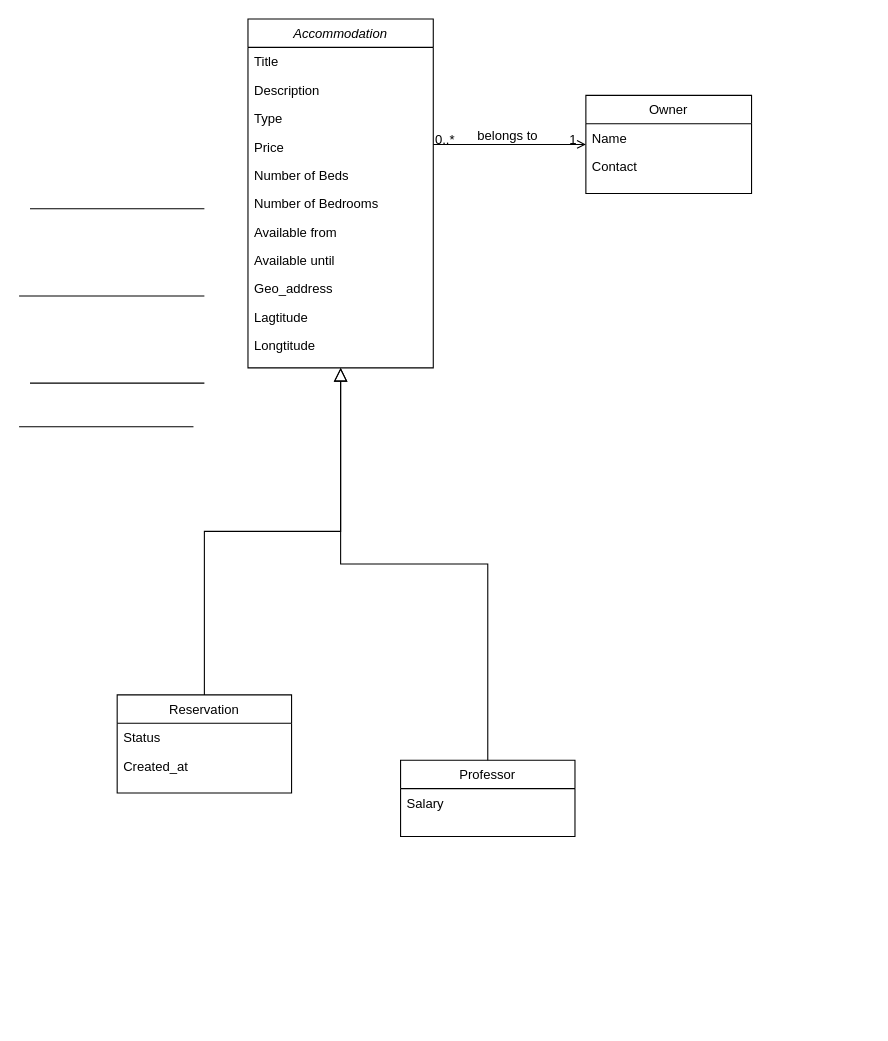
This is unihaven/Untitled Diagram.drawio from weike-cpu/COMP3297-UniHaven, a draw.io file, before an edit. Source tidied: cells renumbered, new cells numbered last; positions are measured from the earlier drawing's top-left corner, leaving out a move shared by most shapes. Both pictures are drawn from the tidied source at 109%, with x=0, y=0 at pixel (19, 19).
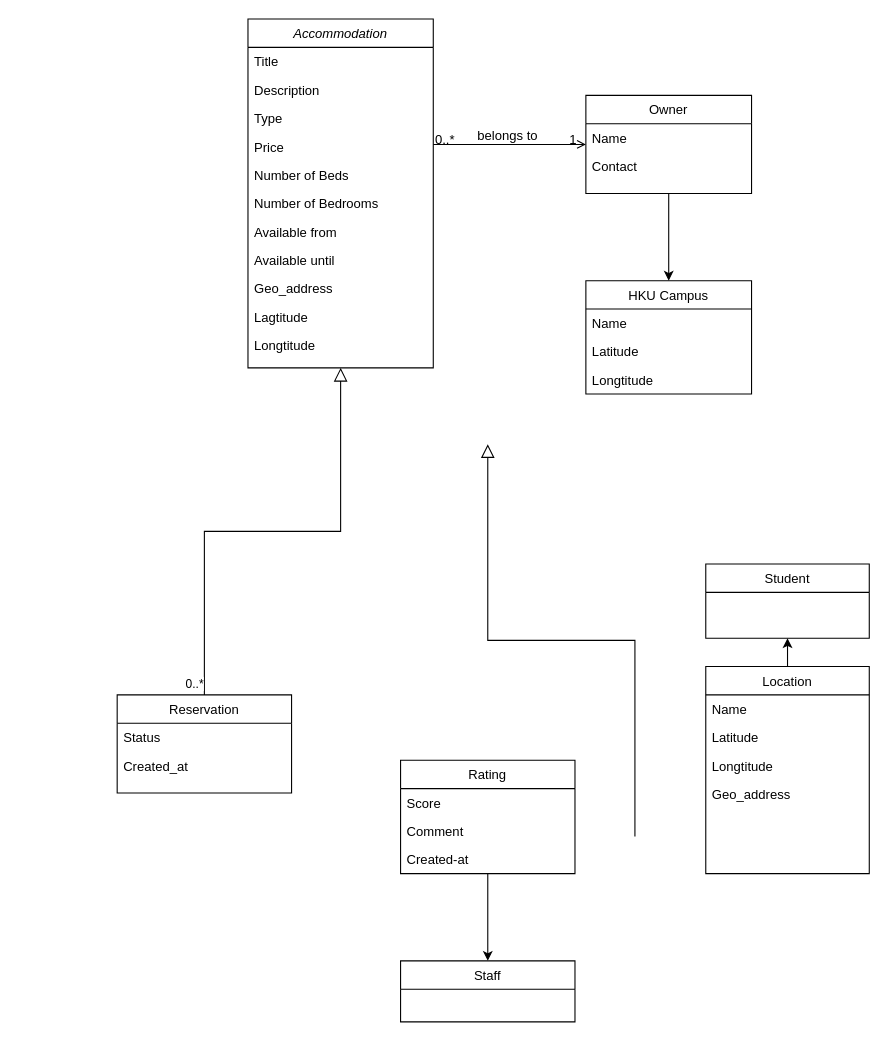
The same page after the edit.

The change refers to these unchanged cells:
```xml
<mxCell id="2" value="Accommodation" style="swimlane;fontStyle=2;align=center;verticalAlign=top;horizontal=1;startSize=26;rounded=0;shadow=0;strokeWidth=1;" parent="1" vertex="1">
  <mxGeometry x="210" width="170" height="320" as="geometry" />
</mxCell>
<mxCell id="17" style="endArrow=block;endSize=10;endFill=0;shadow=0;strokeWidth=1;rounded=0;curved=0;edgeStyle=elbowEdgeStyle;elbow=vertical;" parent="1" edge="1" source="14" target="2">
  <mxGeometry relative="1" as="geometry" />
</mxCell>
<mxCell id="21" value="Owner" style="swimlane;fontStyle=0;align=center;verticalAlign=top;horizontal=1;startSize=26;rounded=0;shadow=0;strokeWidth=1;" parent="1" vertex="1">
  <mxGeometry x="520" y="70" width="152" height="90" as="geometry" />
</mxCell>
```

The edit, as a diff of the source:
```diff
@@
+    <mxCell id="33" value="&lt;div&gt;0..*&lt;/div&gt;" style="edgeLabel;html=1;align=center;verticalAlign=middle;" parent="17" vertex="1">
+      <mxGeometry x="-0.93" y="-2" relative="1" as="geometry">
+        <mxPoint x="-12" y="4" as="offset" />
+      </mxGeometry>
+    </mxCell>
+    <mxCell id="34" style="edgeStyle=orthogonalEdgeStyle;rounded=0;jettySize=auto;html=1;" parent="1" edge="1" source="18" target="50">
+      <mxGeometry relative="1" as="geometry" />
+    </mxCell>
-    <mxCell id="18" value="Professor" style="swimlane;fontStyle=0;align=center;verticalAlign=top;horizontal=1;startSize=26;rounded=0;shadow=0;strokeWidth=1;" parent="1" vertex="1">
-      <mxGeometry x="350" y="680" width="160" height="70" as="geometry" />
+    <mxCell id="18" value="Rating" style="swimlane;fontStyle=0;align=center;verticalAlign=top;horizontal=1;startSize=26;rounded=0;shadow=0;strokeWidth=1;" parent="1" vertex="1">
+      <mxGeometry x="350" y="680" width="160" height="104" as="geometry" />
     </mxCell>
-    <mxCell id="19" value="Salary" style="text;align=left;verticalAlign=top;spacingLeft=4;spacingRight=4;overflow=hidden;" parent="18" vertex="1">
-      <mxGeometry y="26" width="160" height="26" as="geometry" />
-    </mxCell>
+    <mxCell id="35" value="Score" style="text;align=left;verticalAlign=top;spacingLeft=4;spacingRight=4;overflow=hidden;" parent="18" vertex="1">
+      <mxGeometry y="26" width="160" height="26" as="geometry" />
+    </mxCell>
+    <mxCell id="36" value="Comment&#10;" style="text;align=left;verticalAlign=top;spacingLeft=4;spacingRight=4;overflow=hidden;" parent="18" vertex="1">
+      <mxGeometry y="52" width="160" height="26" as="geometry" />
+    </mxCell>
+    <mxCell id="37" value="Created-at" style="text;align=left;verticalAlign=top;spacingLeft=4;spacingRight=4;overflow=hidden;" parent="18" vertex="1">
+      <mxGeometry y="78" width="160" height="26" as="geometry" />
+    </mxCell>
-    <mxCell id="20" style="endArrow=block;endSize=10;endFill=0;shadow=0;strokeWidth=1;rounded=0;curved=0;edgeStyle=elbowEdgeStyle;elbow=vertical;" parent="1" edge="1" source="18" target="2">
-      <mxGeometry relative="1" as="geometry" />
+    <mxCell id="20" style="endArrow=block;endSize=10;endFill=0;shadow=0;strokeWidth=1;rounded=0;curved=0;edgeStyle=elbowEdgeStyle;elbow=vertical;" parent="1" edge="1">
+      <mxGeometry relative="1" as="geometry">
+        <mxPoint x="565" y="750" as="sourcePoint" />
+        <mxPoint x="430" y="390" as="targetPoint" />
+      </mxGeometry>
     </mxCell>
+    <mxCell id="38" style="edgeStyle=orthogonalEdgeStyle;rounded=0;jettySize=auto;html=1;" parent="1" edge="1" source="21" target="45">
+      <mxGeometry relative="1" as="geometry" />
+    </mxCell>
@@
-    <mxCell id="28" style="line;html=1;strokeWidth=1;align=left;verticalAlign=middle;spacingTop=-1;spacingLeft=3;spacingRight=3;labelPosition=right;" parent="1" vertex="1">
-      <mxGeometry y="250" width="170" height="8" as="geometry" />
-    </mxCell>
@@
-    <mxCell id="30" style="line;html=1;strokeWidth=1;align=left;verticalAlign=middle;spacingTop=-1;spacingLeft=3;spacingRight=3;labelPosition=right;" parent="1" vertex="1">
-      <mxGeometry x="10" y="170" width="160" height="8" as="geometry" />
-    </mxCell>
-    <mxCell id="31" style="line;html=1;strokeWidth=1;align=left;verticalAlign=middle;spacingTop=-1;spacingLeft=3;spacingRight=3;labelPosition=right;" parent="1" vertex="1">
-      <mxGeometry x="10" y="330" width="160" height="8" as="geometry" />
-    </mxCell>
-    <mxCell id="32" style="line;html=1;strokeWidth=1;align=left;verticalAlign=middle;spacingTop=-1;spacingLeft=3;spacingRight=3;labelPosition=right;" parent="1" vertex="1">
-      <mxGeometry y="370" width="160" height="8" as="geometry" />
-    </mxCell>
+    <mxCell id="39" style="edgeStyle=orthogonalEdgeStyle;rounded=0;jettySize=auto;html=1;" parent="1" edge="1" source="40" target="49">
+      <mxGeometry relative="1" as="geometry" />
+    </mxCell>
+    <mxCell id="40" value="Location" style="swimlane;fontStyle=0;align=center;verticalAlign=top;horizontal=1;startSize=26;rounded=0;shadow=0;strokeWidth=1;" parent="1" vertex="1">
+      <mxGeometry x="630" y="594" width="150" height="190" as="geometry" />
+    </mxCell>
+    <mxCell id="41" value="Name&#10;" style="text;align=left;verticalAlign=top;spacingLeft=4;spacingRight=4;overflow=hidden;" parent="40" vertex="1">
+      <mxGeometry y="26" width="150" height="26" as="geometry" />
+    </mxCell>
+    <mxCell id="42" value="Latitude" style="text;align=left;verticalAlign=top;spacingLeft=4;spacingRight=4;overflow=hidden;rounded=0;shadow=0;html=0;" parent="40" vertex="1">
+      <mxGeometry y="52" width="150" height="26" as="geometry" />
+    </mxCell>
+    <mxCell id="43" value="Longtitude" style="text;align=left;verticalAlign=top;spacingLeft=4;spacingRight=4;overflow=hidden;rounded=0;shadow=0;html=0;" parent="40" vertex="1">
+      <mxGeometry y="78" width="150" height="26" as="geometry" />
+    </mxCell>
+    <mxCell id="44" value="Geo_address" style="text;align=left;verticalAlign=top;spacingLeft=4;spacingRight=4;overflow=hidden;rounded=0;shadow=0;html=0;" parent="40" vertex="1">
+      <mxGeometry y="104" width="150" height="26" as="geometry" />
+    </mxCell>
+    <mxCell id="45" value="HKU Campus" style="swimlane;fontStyle=0;align=center;verticalAlign=top;horizontal=1;startSize=26;rounded=0;shadow=0;strokeWidth=1;" parent="1" vertex="1">
+      <mxGeometry x="520" y="240" width="152" height="104" as="geometry" />
+    </mxCell>
+    <mxCell id="46" value="Name" style="text;align=left;verticalAlign=top;spacingLeft=4;spacingRight=4;overflow=hidden;" parent="45" vertex="1">
+      <mxGeometry y="26" width="152" height="26" as="geometry" />
+    </mxCell>
+    <mxCell id="47" value="Latitude" style="text;align=left;verticalAlign=top;spacingLeft=4;spacingRight=4;overflow=hidden;rounded=0;shadow=0;html=0;" parent="45" vertex="1">
+      <mxGeometry y="52" width="152" height="26" as="geometry" />
+    </mxCell>
+    <mxCell id="48" value="Longtitude" style="text;align=left;verticalAlign=top;spacingLeft=4;spacingRight=4;overflow=hidden;rounded=0;shadow=0;html=0;" parent="45" vertex="1">
+      <mxGeometry y="78" width="152" height="26" as="geometry" />
+    </mxCell>
+    <mxCell id="49" value="Student" style="swimlane;fontStyle=0;align=center;verticalAlign=top;horizontal=1;startSize=26;rounded=0;shadow=0;strokeWidth=1;" parent="1" vertex="1">
+      <mxGeometry x="630" y="500" width="150" height="68" as="geometry" />
+    </mxCell>
+    <mxCell id="50" value="Staff" style="swimlane;fontStyle=0;align=center;verticalAlign=top;horizontal=1;startSize=26;rounded=0;shadow=0;strokeWidth=1;" parent="1" vertex="1">
+      <mxGeometry x="350" y="864" width="160" height="56" as="geometry" />
+    </mxCell>
```
